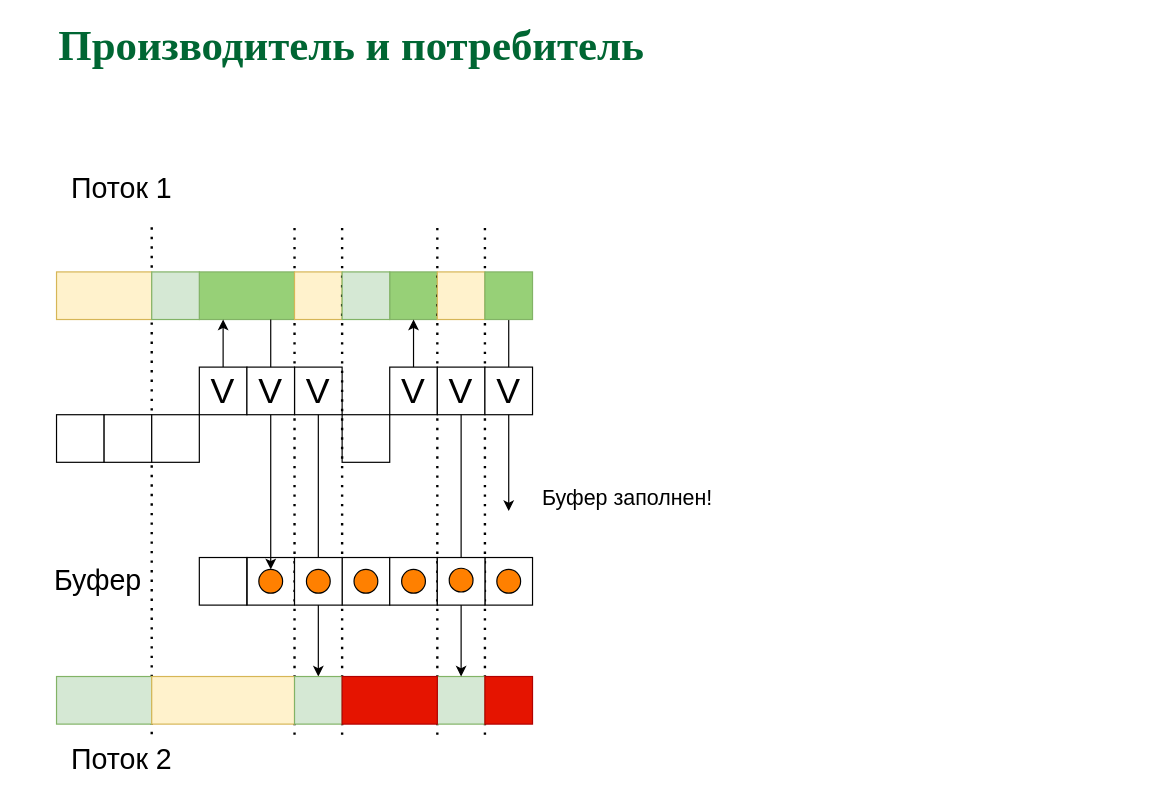
Earlier version of the draw.io diagram page "ProCon - Pro fails" (4 of 7) of sync.drawio (77maxikov/os_course). Source tidied: cells renumbered, new cells numbered last; positions are measured from the earlier drawing's top-left corner, leaving out a move shared by most shapes. Both pictures are drawn from the tidied source at 119%, with x=0, y=0 at pixel (20, 33).
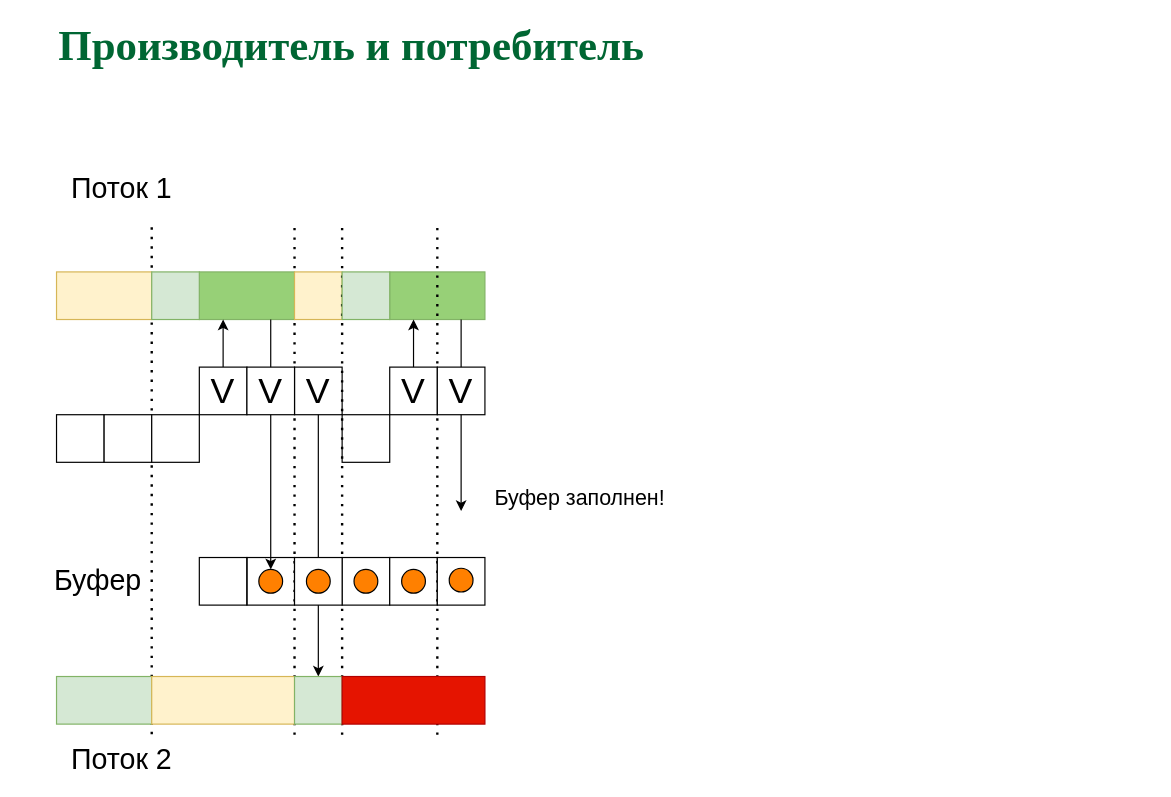
The same page after the edit.

Unchanged cells that the change refers to:
```xml
<mxCell id="36" style="group;" parent="1" vertex="1">
  <mxGeometry x="390" y="440" width="40" height="40" as="geometry" />
</mxCell>
```

What changed in the source:
```diff
@@
-    <mxCell id="4" style="endArrow=none;dashed=1;html=1;dashPattern=1 3;strokeWidth=2;" parent="1" edge="1">
-      <mxGeometry relative="1" as="geometry">
-        <mxPoint x="390" y="589" as="sourcePoint" />
-        <mxPoint x="390" y="159" as="targetPoint" />
-      </mxGeometry>
-    </mxCell>
@@
     <mxCell id="33" style="rounded=0;whiteSpace=wrap;html=1;strokeColor=#82b366;fillColor=#97D077;" parent="1" vertex="1">
-      <mxGeometry x="310" y="200" width="40" height="40" as="geometry" />
+      <mxGeometry x="310" y="200" width="80" height="40" as="geometry" />
     </mxCell>
@@
-    <mxCell id="37" style="rounded=0;whiteSpace=wrap;html=1;fillColor=none;fontColor=#006633;" parent="36" vertex="1">
-      <mxGeometry width="40" height="40" as="geometry" />
-    </mxCell>
-    <mxCell id="38" style="edgeStyle=orthogonalEdgeStyle;rounded=0;orthogonalLoop=1;jettySize=auto;html=1;exitX=0.5;exitY=1;exitDx=0;exitDy=0;fontColor=#006633;" parent="36" edge="1" source="37" target="37">
-      <mxGeometry relative="1" as="geometry" />
+    <mxCell id="38" style="edgeStyle=orthogonalEdgeStyle;rounded=0;orthogonalLoop=1;jettySize=auto;html=1;exitX=0.5;exitY=1;exitDx=0;exitDy=0;fontColor=#006633;" parent="36" edge="1">
+      <mxGeometry relative="1" as="geometry">
+        <mxPoint x="20" y="40" as="sourcePoint" />
+        <mxPoint x="20" y="40" as="targetPoint" />
+      </mxGeometry>
     </mxCell>
-    <mxCell id="39" style="ellipse;whiteSpace=wrap;html=1;fontColor=#006633;fillColor=#FF8000;" parent="36" vertex="1">
-      <mxGeometry x="10" y="10" width="20" height="20" as="geometry" />
-    </mxCell>
-    <mxCell id="40" style="rounded=0;whiteSpace=wrap;html=1;fillColor=#d5e8d4;strokeColor=#82b366;" parent="1" vertex="1">
-      <mxGeometry x="350" y="540" width="40" height="40" as="geometry" />
-    </mxCell>
@@
-    <mxCell id="45" value="&lt;font style=&quot;font-size: 30px&quot;&gt;V&lt;/font&gt;" style="whiteSpace=wrap;html=1;" parent="1" vertex="1">
-      <mxGeometry x="350" y="280" width="40" height="40" as="geometry" />
-    </mxCell>
-    <mxCell id="46" style="endArrow=classic;html=1;exitX=0.5;exitY=1;exitDx=0;exitDy=0;entryX=0.5;entryY=0;entryDx=0;entryDy=0;" parent="1" edge="1" source="45" target="40">
-      <mxGeometry relative="1" as="geometry" />
-    </mxCell>
@@
-    <mxCell id="49" style="endArrow=classic;html=1;exitX=0.5;exitY=1;exitDx=0;exitDy=0;" parent="1" edge="1" source="61">
+    <mxCell id="49" style="endArrow=classic;html=1;exitX=0.5;exitY=1;exitDx=0;exitDy=0;" parent="1" edge="1">
       <mxGeometry relative="1" as="geometry">
-        <mxPoint x="410" y="401" as="targetPoint" />
+        <mxPoint x="370" y="240" as="sourcePoint" />
+        <mxPoint x="370" y="401" as="targetPoint" />
       </mxGeometry>
     </mxCell>
@@
     <mxCell id="54" style="rounded=0;whiteSpace=wrap;html=1;fillColor=#e51400;strokeColor=#B20000;fontColor=#ffffff;" parent="1" vertex="1">
-      <mxGeometry x="270" y="540" width="80" height="40" as="geometry" />
+      <mxGeometry x="270" y="540" width="120" height="40" as="geometry" />
     </mxCell>
@@
-    <mxCell id="57" style="rounded=0;whiteSpace=wrap;html=1;fillColor=#e51400;strokeColor=#B20000;fontColor=#ffffff;" parent="1" vertex="1">
-      <mxGeometry x="390" y="540" width="40" height="40" as="geometry" />
-    </mxCell>
@@
-    <mxCell id="60" style="rounded=0;whiteSpace=wrap;html=1;fillColor=#fff2cc;strokeColor=#d6b656;" parent="1" vertex="1">
-      <mxGeometry x="350" y="200" width="40" height="40" as="geometry" />
-    </mxCell>
-    <mxCell id="61" style="rounded=0;whiteSpace=wrap;html=1;strokeColor=#82b366;fillColor=#97D077;" parent="1" vertex="1">
-      <mxGeometry x="390" y="200" width="40" height="40" as="geometry" />
-    </mxCell>
     <mxCell id="62" value="&lt;font style=&quot;font-size: 18px&quot;&gt;Буфер заполнен!&lt;/font&gt;" style="text;html=1;strokeColor=none;fillColor=none;align=center;verticalAlign=middle;whiteSpace=wrap;rounded=0;" parent="1" vertex="1">
-      <mxGeometry x="430" y="380" width="160" height="20" as="geometry" />
+      <mxGeometry x="390" y="380" width="160" height="20" as="geometry" />
     </mxCell>
     <mxCell id="63" value="&lt;font style=&quot;font-size: 30px&quot;&gt;V&lt;/font&gt;" style="whiteSpace=wrap;html=1;" parent="1" vertex="1">
-      <mxGeometry x="390" y="280" width="40" height="40" as="geometry" />
+      <mxGeometry x="350" y="280" width="40" height="40" as="geometry" />
     </mxCell>
```
